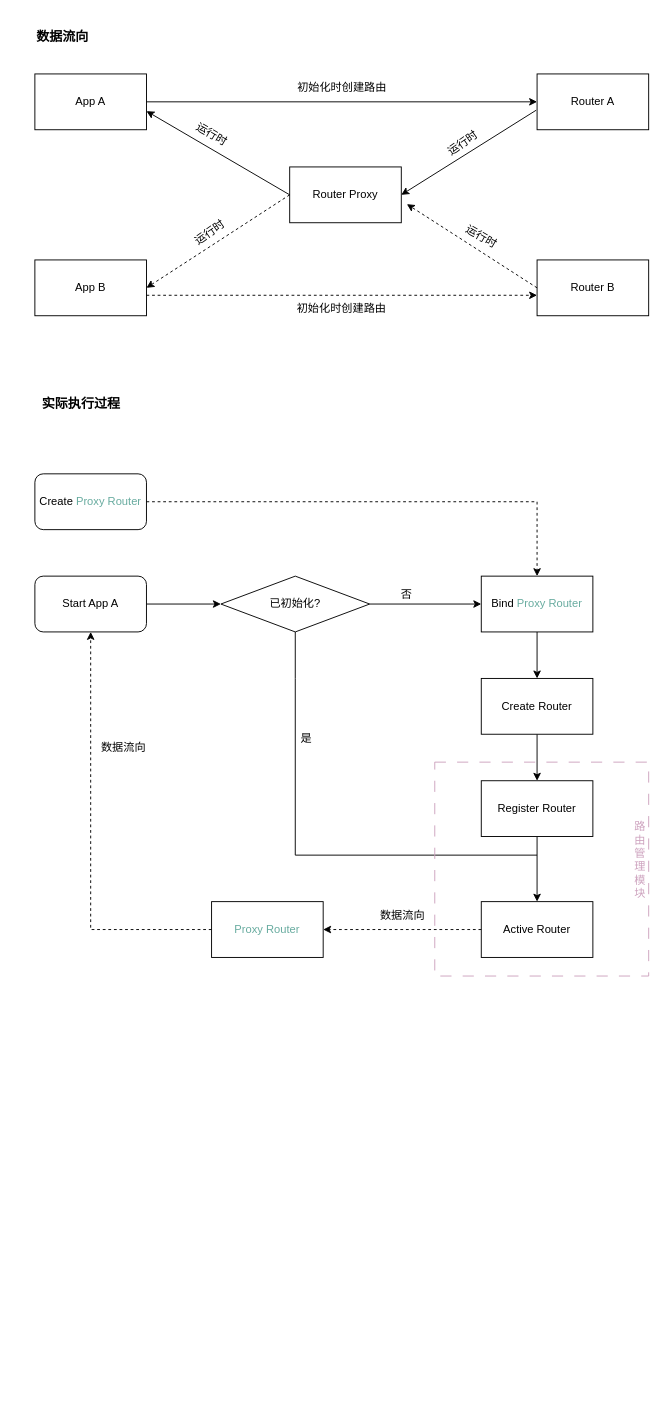
Earlier version of the draw.io diagram 前端模块化架构设计与实现/ProxyRouter.drawio (feirpri/notes). Source tidied: cells renumbered, new cells numbered last; positions are measured from the earlier drawing's top-left corner, leaving out a move shared by most shapes. Both pictures are drawn from the tidied source at 93%, with x=0, y=0 at pixel (16, 18).
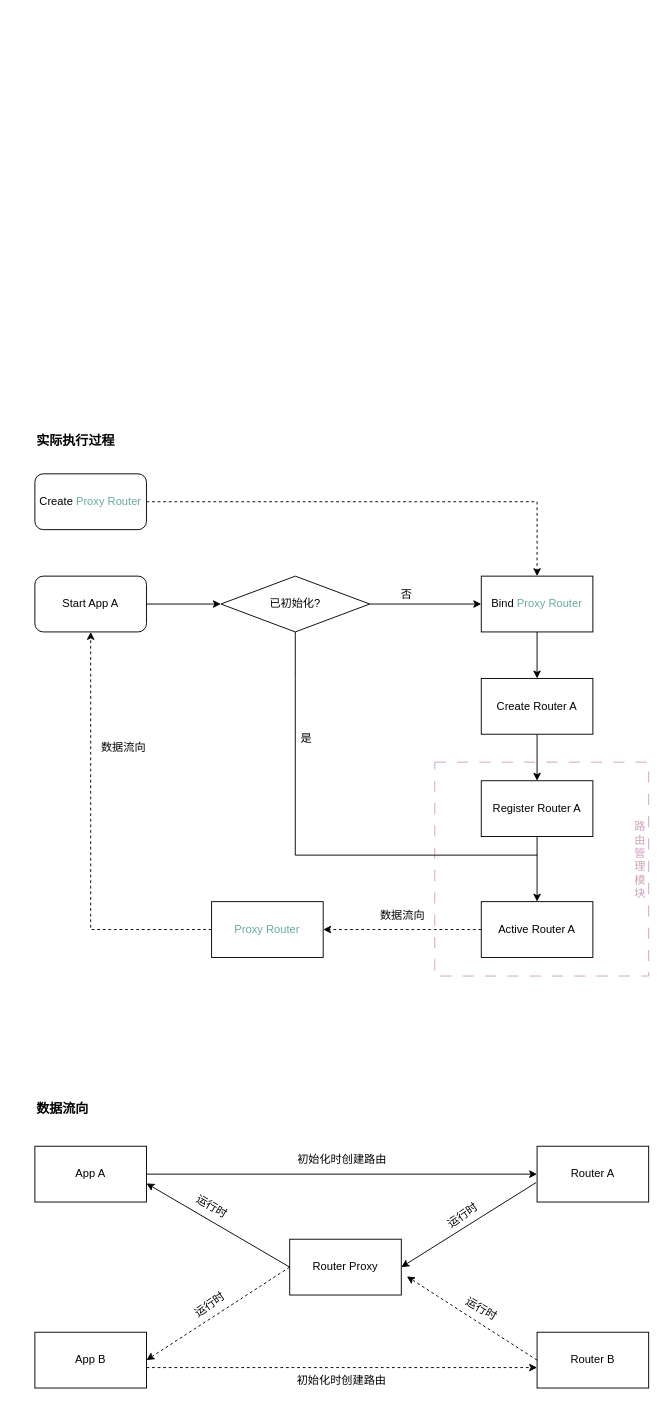
The same page after the edit.

The edit, as a diff of the source:
```diff
@@
+    <mxCell id="41" style="whiteSpace=wrap;html=1;fillColor=none;dashed=1;dashPattern=12 12;strokeColor=#CDA2BE;" parent="1" vertex="1">
+      <mxGeometry x="450" y="800" width="230" height="230" as="geometry" />
+    </mxCell>
     <mxCell id="2" value="&lt;div&gt;&lt;h3&gt;数据流向&lt;/h3&gt;&lt;/div&gt;" style="text;html=1;strokeColor=none;fillColor=none;align=center;verticalAlign=middle;whiteSpace=wrap;rounded=0;" parent="1" vertex="1">
-      <mxGeometry width="100" height="40" as="geometry" />
+      <mxGeometry y="1153" width="100" height="40" as="geometry" />
     </mxCell>
     <mxCell id="3" value="App A" style="rounded=0;whiteSpace=wrap;html=1;" parent="1" vertex="1">
-      <mxGeometry x="20" y="60" width="120" height="60" as="geometry" />
+      <mxGeometry x="20" y="1213" width="120" height="60" as="geometry" />
     </mxCell>
     <mxCell id="4" value="Router Proxy" style="rounded=0;whiteSpace=wrap;html=1;" parent="1" vertex="1">
-      <mxGeometry x="294" y="160" width="120" height="60" as="geometry" />
+      <mxGeometry x="294" y="1313" width="120" height="60" as="geometry" />
     </mxCell>
     <mxCell id="5" value="Router A" style="rounded=0;whiteSpace=wrap;html=1;" parent="1" vertex="1">
-      <mxGeometry x="560" y="60" width="120" height="60" as="geometry" />
+      <mxGeometry x="560" y="1213" width="120" height="60" as="geometry" />
     </mxCell>
@@
     <mxCell id="8" style="endArrow=classic;html=1;rounded=0;exitX=0;exitY=0.5;exitDx=0;exitDy=0;" parent="1" edge="1" source="4">
       <mxGeometry relative="1" as="geometry">
-        <mxPoint x="140" y="100" as="targetPoint" />
+        <mxPoint x="140" y="1253" as="targetPoint" />
       </mxGeometry>
     </mxCell>
     <mxCell id="9" value="App B" style="rounded=0;whiteSpace=wrap;html=1;" parent="1" vertex="1">
-      <mxGeometry x="20" y="260" width="120" height="60" as="geometry" />
+      <mxGeometry x="20" y="1413" width="120" height="60" as="geometry" />
     </mxCell>
     <mxCell id="10" value="Router B" style="rounded=0;whiteSpace=wrap;html=1;" parent="1" vertex="1">
-      <mxGeometry x="560" y="260" width="120" height="60" as="geometry" />
+      <mxGeometry x="560" y="1413" width="120" height="60" as="geometry" />
     </mxCell>
     <mxCell id="11" style="endArrow=classic;html=1;rounded=0;exitX=0;exitY=0.5;exitDx=0;exitDy=0;dashed=1;" parent="1" edge="1" source="10">
       <mxGeometry relative="1" as="geometry">
-        <mxPoint x="420" y="200" as="targetPoint" />
+        <mxPoint x="420" y="1353" as="targetPoint" />
       </mxGeometry>
     </mxCell>
@@
     <mxCell id="13" style="edgeStyle=none;orthogonalLoop=1;jettySize=auto;html=1;rounded=0;dashed=1;" parent="1" edge="1">
       <mxGeometry relative="1" as="geometry">
-        <mxPoint x="140" y="298" as="sourcePoint" />
-        <mxPoint x="560" y="298" as="targetPoint" />
+        <mxPoint x="140" y="1451" as="sourcePoint" />
+        <mxPoint x="560" y="1451" as="targetPoint" />
       </mxGeometry>
     </mxCell>
     <mxCell id="14" value="初始化时创建路由" style="text;html=1;align=center;verticalAlign=middle;strokeColor=none;fillColor=none;" parent="1" vertex="1">
-      <mxGeometry x="290" y="60" width="120" height="30" as="geometry" />
+      <mxGeometry x="290" y="1213" width="120" height="30" as="geometry" />
     </mxCell>
     <mxCell id="15" value="初始化时创建路由" style="text;whiteSpace=wrap;html=1;" parent="1" vertex="1">
-      <mxGeometry x="300" y="298" width="110" height="30" as="geometry" />
+      <mxGeometry x="300" y="1451" width="110" height="30" as="geometry" />
     </mxCell>
     <mxCell id="16" value="运行时" style="text;html=1;align=center;verticalAlign=middle;strokeColor=none;fillColor=none;rotation=30;" parent="1" vertex="1">
-      <mxGeometry x="180" y="110" width="60" height="30" as="geometry" />
+      <mxGeometry x="180" y="1263" width="60" height="30" as="geometry" />
     </mxCell>
     <mxCell id="17" value="运行时" style="text;html=1;align=center;verticalAlign=middle;strokeColor=none;fillColor=none;rotation=30;" parent="1" vertex="1">
-      <mxGeometry x="470" y="220" width="60" height="30" as="geometry" />
+      <mxGeometry x="470" y="1373" width="60" height="30" as="geometry" />
     </mxCell>
     <mxCell id="18" value="运行时" style="text;html=1;align=center;verticalAlign=middle;strokeColor=none;fillColor=none;rotation=-35;" parent="1" vertex="1">
-      <mxGeometry x="450" y="120" width="60" height="30" as="geometry" />
+      <mxGeometry x="450" y="1273" width="60" height="30" as="geometry" />
     </mxCell>
     <mxCell id="19" value="运行时" style="text;html=1;align=center;verticalAlign=middle;strokeColor=none;fillColor=none;rotation=-35;" parent="1" vertex="1">
-      <mxGeometry x="178" y="216" width="60" height="30" as="geometry" />
+      <mxGeometry x="178" y="1369" width="60" height="30" as="geometry" />
     </mxCell>
     <mxCell id="20" value="&lt;h3&gt;实际执行过程&lt;/h3&gt;" style="text;html=1;strokeColor=none;fillColor=none;align=center;verticalAlign=middle;whiteSpace=wrap;rounded=0;" parent="1" vertex="1">
-      <mxGeometry x="20" y="400" width="100" height="30" as="geometry" />
+      <mxGeometry x="14" y="440" width="100" height="30" as="geometry" />
     </mxCell>
@@
-    <mxCell id="26" value="Create Router" style="whiteSpace=wrap;html=1;" parent="1" vertex="1">
+    <mxCell id="26" value="&lt;div&gt;Create Router A&lt;/div&gt;" style="whiteSpace=wrap;html=1;" parent="1" vertex="1">
       <mxGeometry x="500" y="710" width="120" height="60" as="geometry" />
     </mxCell>
@@
-    <mxCell id="28" value="Active Router" style="whiteSpace=wrap;html=1;" parent="1" vertex="1">
+    <mxCell id="28" value="Active Router A" style="whiteSpace=wrap;html=1;" parent="1" vertex="1">
       <mxGeometry x="500" y="950" width="120" height="60" as="geometry" />
     </mxCell>
@@
-    <mxCell id="37" value="Register Router" style="whiteSpace=wrap;html=1;" parent="1" vertex="1">
+    <mxCell id="37" value="Register Router A" style="whiteSpace=wrap;html=1;" parent="1" vertex="1">
       <mxGeometry x="500" y="820" width="120" height="60" as="geometry" />
     </mxCell>
@@
-    <mxCell id="41" style="whiteSpace=wrap;html=1;fillColor=none;dashed=1;dashPattern=12 12;strokeColor=#CDA2BE;" parent="1" vertex="1">
-      <mxGeometry x="450" y="800" width="230" height="230" as="geometry" />
-    </mxCell>
```
